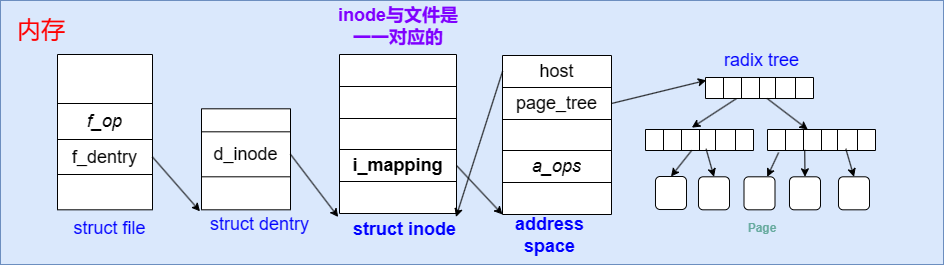
The draw.io diagram OS/mmap/mmap.drawio.png in SixPlusAndTimes/drawio, before a commit. Source tidied: cells renumbered, new cells last; positions are measured from the earlier drawing's top-left corner, leaving out a move shared by most shapes.
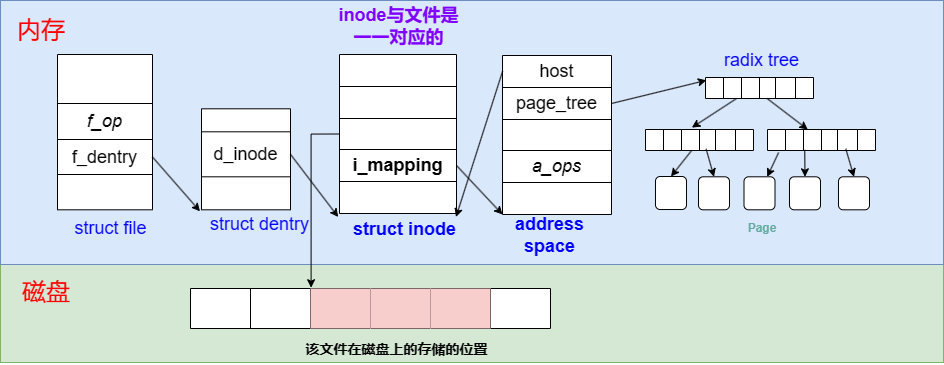
Above is the later version.

What changed in the source:
```diff
@@ -2,6 +2,9 @@
   <root>
     <mxCell id="0" />
     <mxCell id="1" parent="0" />
+    <mxCell id="90" style="rounded=0;whiteSpace=wrap;html=1;fillColor=#d5e8d4;strokeColor=#82b366;" parent="1" vertex="1">
+      <mxGeometry y="264" width="943" height="98" as="geometry" />
+    </mxCell>
     <mxCell id="2" style="rounded=0;whiteSpace=wrap;html=1;fillColor=#dae8fc;strokeColor=#6c8ebf;" parent="1" vertex="1">
       <mxGeometry width="943" height="264" as="geometry" />
     </mxCell>
@@ -266,5 +269,38 @@
     <mxCell id="89" value="&lt;b&gt;&lt;font style=&quot;font-size: 18px;&quot; color=&quot;#7f00ff&quot;&gt;inode与文件是&lt;br&gt;一一对应的&lt;/font&gt;&lt;/b&gt;" style="text;html=1;strokeColor=none;fillColor=none;align=center;verticalAlign=middle;whiteSpace=wrap;rounded=0;" parent="1" vertex="1">
       <mxGeometry x="316" y="7" width="164.5" height="38" as="geometry" />
     </mxCell>
+    <mxCell id="91" style="shape=table;startSize=0;" parent="1" vertex="1">
+      <mxGeometry x="190" y="288" width="360" height="40" as="geometry" />
+    </mxCell>
+    <mxCell id="92" style="shape=tableRow;horizontal=0;startSize=0;swimlaneHead=0;swimlaneBody=0;strokeColor=inherit;top=0;left=0;bottom=0;right=0;fillColor=none;points=[[0,0.5],[1,0.5]];portConstraint=eastwest;" parent="91" vertex="1">
+      <mxGeometry width="360" height="40" as="geometry" />
+    </mxCell>
+    <mxCell id="93" style="shape=partialRectangle;html=1;whiteSpace=wrap;strokeColor=inherit;overflow=hidden;fillColor=none;top=0;left=0;bottom=0;right=0;" parent="92" vertex="1">
+      <mxGeometry width="60" height="40" as="geometry" />
+    </mxCell>
+    <mxCell id="94" style="shape=partialRectangle;html=1;whiteSpace=wrap;strokeColor=inherit;overflow=hidden;fillColor=none;top=0;left=0;bottom=0;right=0;" parent="92" vertex="1">
+      <mxGeometry x="60" width="60" height="40" as="geometry" />
+    </mxCell>
+    <mxCell id="95" style="shape=partialRectangle;html=1;whiteSpace=wrap;strokeColor=#b85450;overflow=hidden;fillColor=#f8cecc;top=0;left=0;bottom=0;right=0;" parent="92" vertex="1">
+      <mxGeometry x="120" width="60" height="40" as="geometry" />
+    </mxCell>
+    <mxCell id="96" style="shape=partialRectangle;html=1;whiteSpace=wrap;strokeColor=#b85450;overflow=hidden;fillColor=#f8cecc;top=0;left=0;bottom=0;right=0;" parent="92" vertex="1">
+      <mxGeometry x="180" width="60" height="40" as="geometry" />
+    </mxCell>
+    <mxCell id="97" style="shape=partialRectangle;html=1;whiteSpace=wrap;strokeColor=#b85450;overflow=hidden;fillColor=#f8cecc;top=0;left=0;bottom=0;right=0;" parent="92" vertex="1">
+      <mxGeometry x="240" width="60" height="40" as="geometry" />
+    </mxCell>
+    <mxCell id="98" style="shape=partialRectangle;html=1;whiteSpace=wrap;strokeColor=inherit;overflow=hidden;fillColor=none;top=0;left=0;bottom=0;right=0;" parent="92" vertex="1">
+      <mxGeometry x="300" width="60" height="40" as="geometry" />
+    </mxCell>
+    <mxCell id="99" style="edgeStyle=orthogonalEdgeStyle;rounded=0;jettySize=auto;html=1;exitX=0;exitY=0.5;exitDx=0;exitDy=0;entryX=0.335;entryY=-0.02;entryDx=0;entryDy=0;entryPerimeter=0;" parent="1" edge="1" source="27" target="92">
+      <mxGeometry relative="1" as="geometry" />
+    </mxCell>
+    <mxCell id="100" value="&lt;font color=&quot;#ff0000&quot; style=&quot;font-size: 24px;&quot;&gt;磁盘&lt;/font&gt;" style="text;html=1;strokeColor=none;fillColor=none;align=center;verticalAlign=middle;whiteSpace=wrap;rounded=0;" parent="1" vertex="1">
+      <mxGeometry x="16" y="277" width="60" height="30" as="geometry" />
+    </mxCell>
+    <mxCell id="101" value="&lt;b&gt;&lt;font style=&quot;font-size: 14px;&quot;&gt;该文件在磁盘上的存储的位置&lt;/font&gt;&lt;/b&gt;" style="text;html=1;strokeColor=none;fillColor=none;align=center;verticalAlign=middle;whiteSpace=wrap;rounded=0;" parent="1" vertex="1">
+      <mxGeometry x="300" y="334" width="193" height="30" as="geometry" />
+    </mxCell>
   </root>
 </mxGraphModel>
```
